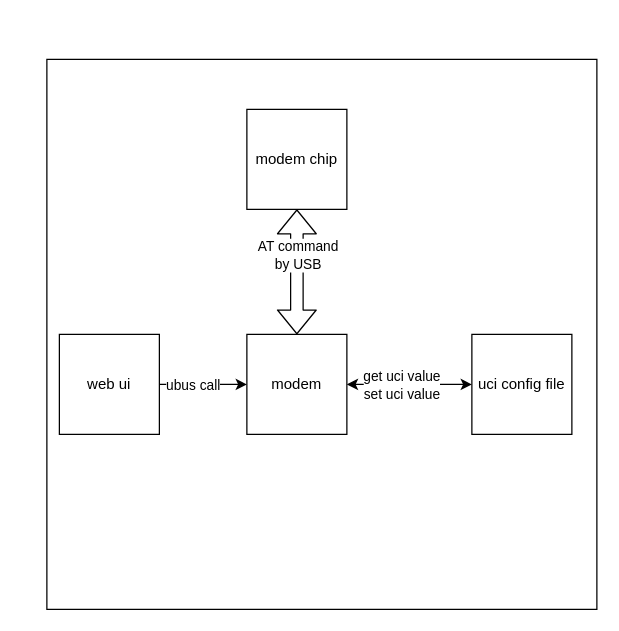
bob-wangxm/LT1002 keeps this draw.io diagram as page "block" (2 of 2) of modem-block.drawio. Above is the earlier version. Source tidied: cells renumbered, new cells numbered last; positions are measured from the earlier drawing's top-left corner, leaving out a move shared by most shapes. Both pictures are drawn from the tidied source at 125%, with x=0, y=0 at pixel (46, 59).
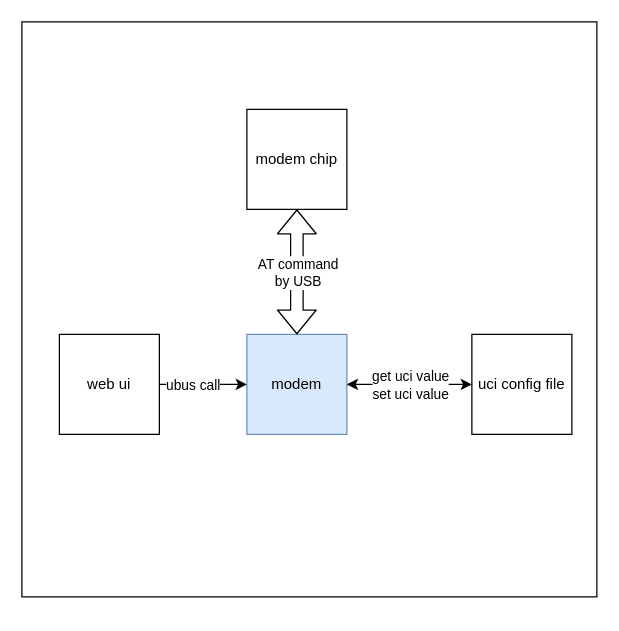
The same page after the edit.

The edit, as a diff of the source:
```diff
@@
 <mxGraphModel>
   <root>
     <mxCell id="0" />
     <mxCell id="1" parent="0" />
     <mxCell id="2" style="whiteSpace=wrap;html=1;" parent="1" vertex="1">
-      <mxGeometry width="440" height="440" as="geometry" />
+      <mxGeometry x="-20" y="-30" width="460" height="460" as="geometry" />
     </mxCell>
-    <mxCell id="3" value="modem" style="whiteSpace=wrap;html=1;" parent="1" vertex="1">
+    <mxCell id="3" value="modem" style="whiteSpace=wrap;html=1;fillColor=#dae8fc;strokeColor=#6c8ebf;" parent="1" vertex="1">
       <mxGeometry x="160" y="220" width="80" height="80" as="geometry" />
     </mxCell>
     <mxCell id="4" value="web ui" style="whiteSpace=wrap;html=1;" parent="1" vertex="1">
       <mxGeometry x="10" y="220" width="80" height="80" as="geometry" />
     </mxCell>
     <mxCell id="5" value="uci config file" style="whiteSpace=wrap;html=1;" parent="1" vertex="1">
       <mxGeometry x="340" y="220" width="80" height="80" as="geometry" />
     </mxCell>
     <mxCell id="6" style="endArrow=classic;html=1;exitX=1;exitY=0.5;exitDx=0;exitDy=0;" parent="1" edge="1" source="4" target="3">
       <mxGeometry relative="1" as="geometry" />
     </mxCell>
     <mxCell id="7" value="ubus call" style="edgeLabel;html=1;align=center;verticalAlign=middle;" parent="6" vertex="1">
       <mxGeometry x="0.27" relative="1" as="geometry">
         <mxPoint x="-18" as="offset" />
       </mxGeometry>
     </mxCell>
     <mxCell id="8" style="endArrow=classic;startArrow=classic;html=1;entryX=0;entryY=0.5;entryDx=0;entryDy=0;exitX=1;exitY=0.5;exitDx=0;exitDy=0;" parent="1" edge="1" source="3" target="5">
       <mxGeometry relative="1" as="geometry" />
     </mxCell>
     <mxCell id="9" value="get uci value&lt;br&gt;set uci value" style="edgeLabel;html=1;align=center;verticalAlign=middle;" parent="8" vertex="1">
-      <mxGeometry x="-0.14" relative="1" as="geometry" />
+      <mxGeometry x="-0.14" relative="1" as="geometry">
+        <mxPoint x="7" as="offset" />
+      </mxGeometry>
     </mxCell>
     <mxCell id="10" value="modem chip" style="whiteSpace=wrap;html=1;" parent="1" vertex="1">
       <mxGeometry x="160" y="40" width="80" height="80" as="geometry" />
     </mxCell>
     <mxCell id="11" style="shape=flexArrow;endArrow=classic;startArrow=classic;html=1;entryX=0.5;entryY=1;entryDx=0;entryDy=0;" parent="1" edge="1" source="3" target="10">
       <mxGeometry relative="1" as="geometry" />
     </mxCell>
     <mxCell id="12" value="AT command&lt;br&gt;by USB" style="edgeLabel;html=1;align=center;verticalAlign=middle;" parent="11" vertex="1">
       <mxGeometry x="0.61" y="-4" relative="1" as="geometry">
-        <mxPoint x="-4" y="17" as="offset" />
+        <mxPoint x="-4" y="31" as="offset" />
       </mxGeometry>
     </mxCell>
   </root>
 </mxGraphModel>
```
